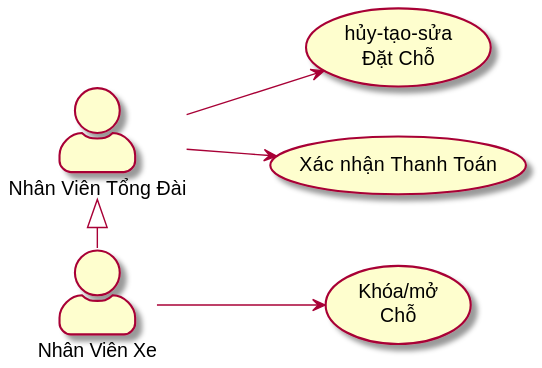
Before: Documents/working/Giap/usecases_and_flow_charts/Buss_cases.svg, a diagram exported from PlantUML (tungdduy/funixCP).
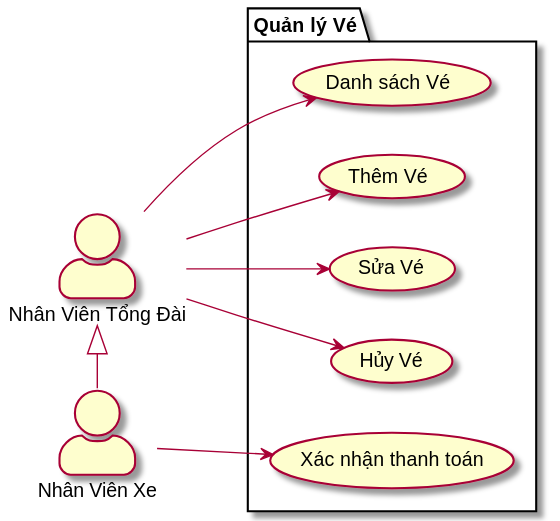
Later version of the same file.

Change to the diagram source:
```diff
@@ -5,9 +5,14 @@
 :Nhân Viên Tổng Đài: as c
 :Nhân Viên Xe: as b
 
-b --> (Khóa/mở\nChỗ)
-c --> (hủy-tạo-sửa\nĐặt Chỗ)
-c --> (Xác nhận Thanh Toán)
+package "Quản lý Vé" {
+	c --> (Danh sách Vé)
+	c --> (Thêm Vé)
+	c --> (Sửa Vé)
+	c --> (Hủy Vé)
+	b --> (Xác nhận thanh toán)
+}
+
 b -left-|> c
 
 @enduml
```
